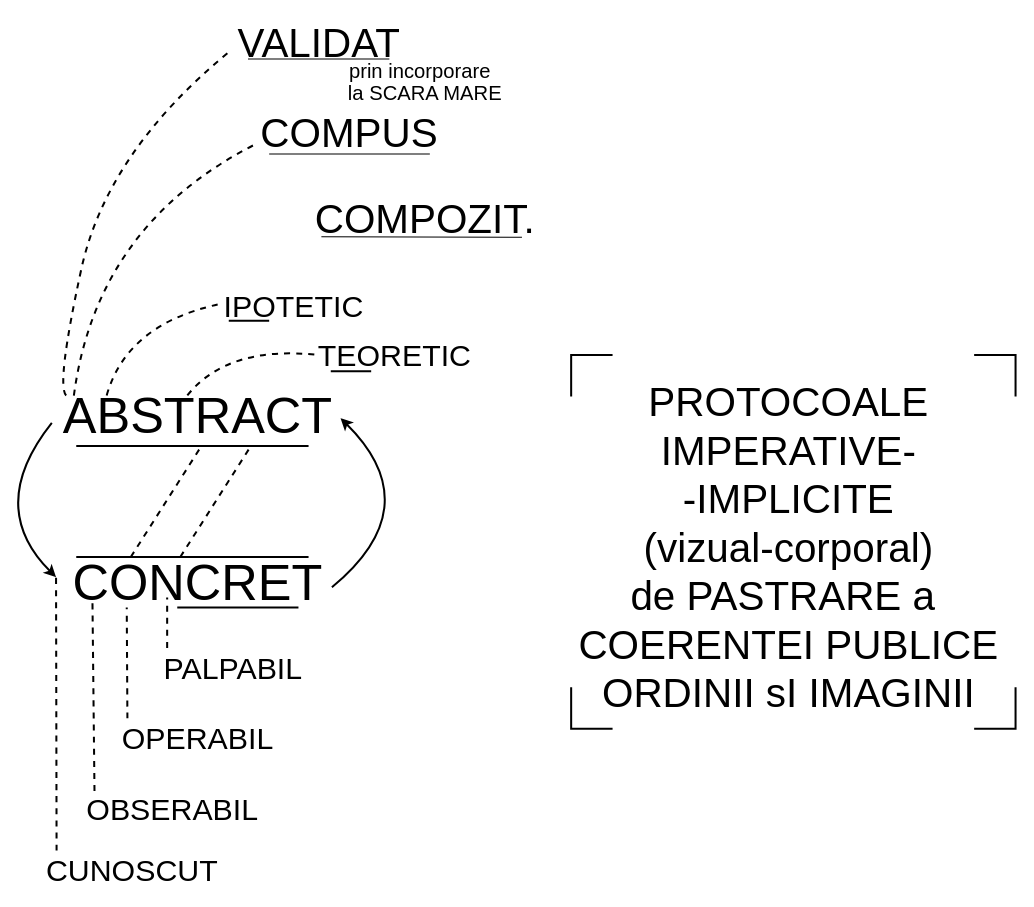
The draw.io diagram 4FE649D0-60F2-4B94-ACF7-02491BF0CA91_1_201_a.drawio in sheeperoni/Diagrams, before the edit. Source tidied: cells renumbered, new cells numbered last; positions are measured from the earlier drawing's top-left corner, leaving out a move shared by most shapes. Both pictures are drawn from the tidied source at 101%, with x=0, y=0 at pixel (-15, 26).
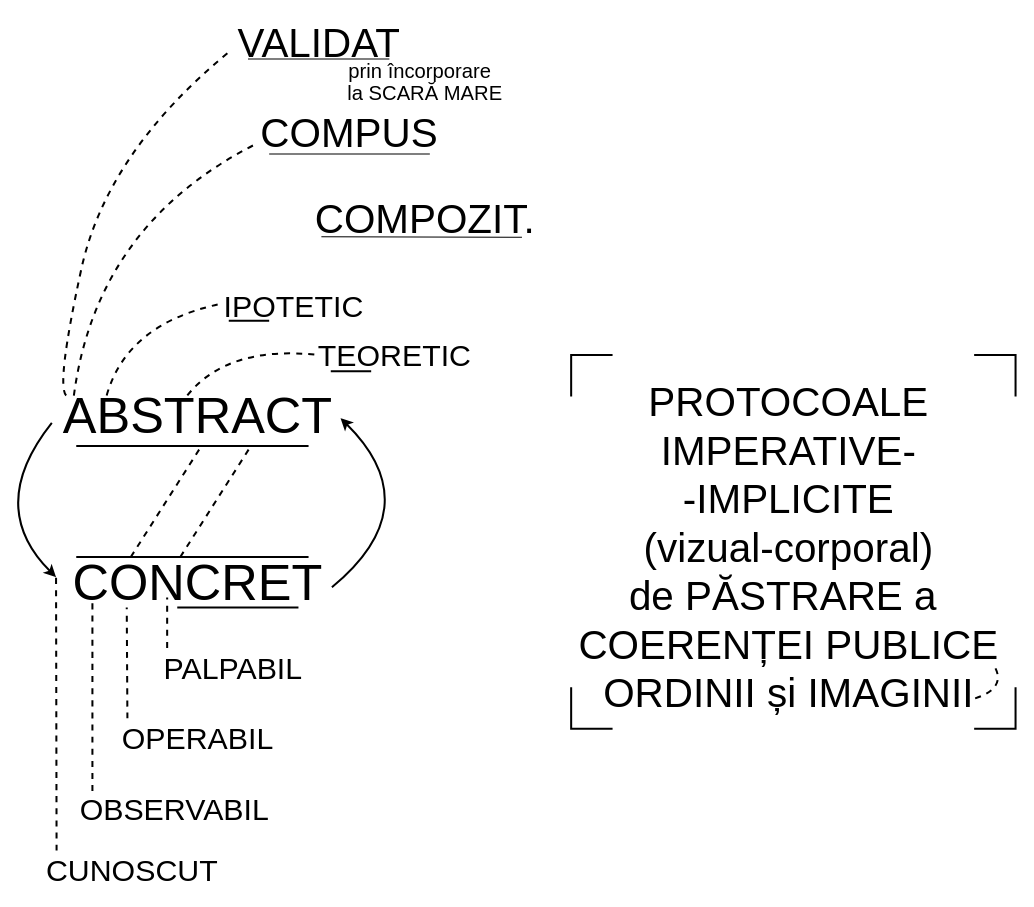
The same diagram, later.

What changed in the source:
```diff
@@
-    <mxCell id="5" value="&lt;font style=&quot;font-size: 20px&quot;&gt;prin incorporare&lt;br&gt;&lt;br&gt;&lt;/font&gt;" style="text;html=1;align=center;verticalAlign=middle;points=[];strokeColor=none;fillColor=none;fontSize=40;" parent="1" vertex="1">
+    <mxCell id="5" value="&lt;font style=&quot;font-size: 20px&quot;&gt;prin încorporare&lt;br&gt;&lt;br&gt;&lt;/font&gt;" style="text;html=1;align=center;verticalAlign=middle;points=[];strokeColor=none;fillColor=none;fontSize=40;" parent="1" vertex="1">
       <mxGeometry x="350" width="160" height="120" as="geometry" />
     </mxCell>
-    <mxCell id="6" value="la SCARA MARE" style="text;html=1;align=center;verticalAlign=middle;strokeColor=none;fillColor=none;fontSize=20;" parent="1" vertex="1">
+    <mxCell id="6" value="la SCARĂ MARE" style="text;html=1;align=center;verticalAlign=middle;strokeColor=none;fillColor=none;fontSize=20;" parent="1" vertex="1">
       <mxGeometry x="350" y="50" width="170" height="30" as="geometry" />
     </mxCell>
@@
-    <mxCell id="28" value="OBSERABIL" style="text;html=1;align=center;verticalAlign=middle;points=[];strokeColor=none;fillColor=none;fontSize=30;" parent="1" vertex="1">
-      <mxGeometry x="90" y="755" width="190" height="40" as="geometry" />
+    <mxCell id="28" value="OBSERVABIL" style="text;html=1;align=center;verticalAlign=middle;points=[];strokeColor=none;fillColor=none;fontSize=30;" parent="1" vertex="1">
+      <mxGeometry x="87" y="755" width="200" height="40" as="geometry" />
     </mxCell>
@@
-    <mxCell id="35" value="&lt;font style=&quot;font-size: 40px&quot;&gt;PROTOCOALE&lt;br&gt;IMPERATIVE-&lt;br&gt;-IMPLICITE&lt;br&gt;(vizual-corporal)&lt;br&gt;de PASTRARE a&amp;nbsp;&lt;br&gt;COERENTEI PUBLICE&lt;br&gt;ORDINII sI IMAGINII&lt;br&gt;&lt;/font&gt;" style="text;html=1;align=center;verticalAlign=middle;strokeColor=none;fillColor=none;fontSize=30;" parent="1" vertex="1">
+    <mxCell id="35" value="&lt;font style=&quot;font-size: 40px&quot;&gt;PROTOCOALE&lt;br&gt;IMPERATIVE-&lt;br&gt;-IMPLICITE&lt;br&gt;(vizual-corporal)&lt;br&gt;de PĂSTRARE a&amp;nbsp;&lt;br&gt;COERENȚEI PUBLICE&lt;br&gt;ORDINII și IMAGINII&lt;br&gt;&lt;/font&gt;" style="text;html=1;align=center;verticalAlign=middle;strokeColor=none;fillColor=none;fontSize=30;" parent="1" vertex="1">
       <mxGeometry x="580" y="375" width="430" height="280" as="geometry" />
     </mxCell>
@@
+    <mxCell id="40" style="endArrow=none;dashed=1;html=1;curved=1;strokeWidth=2;" parent="1" edge="1">
+      <mxGeometry relative="1" as="geometry">
+        <mxPoint x="980" y="665" as="sourcePoint" />
+        <mxPoint x="1000" y="635" as="targetPoint" />
+        <Array as="points">
+          <mxPoint x="1010" y="655" />
+        </Array>
+      </mxGeometry>
+    </mxCell>
```
